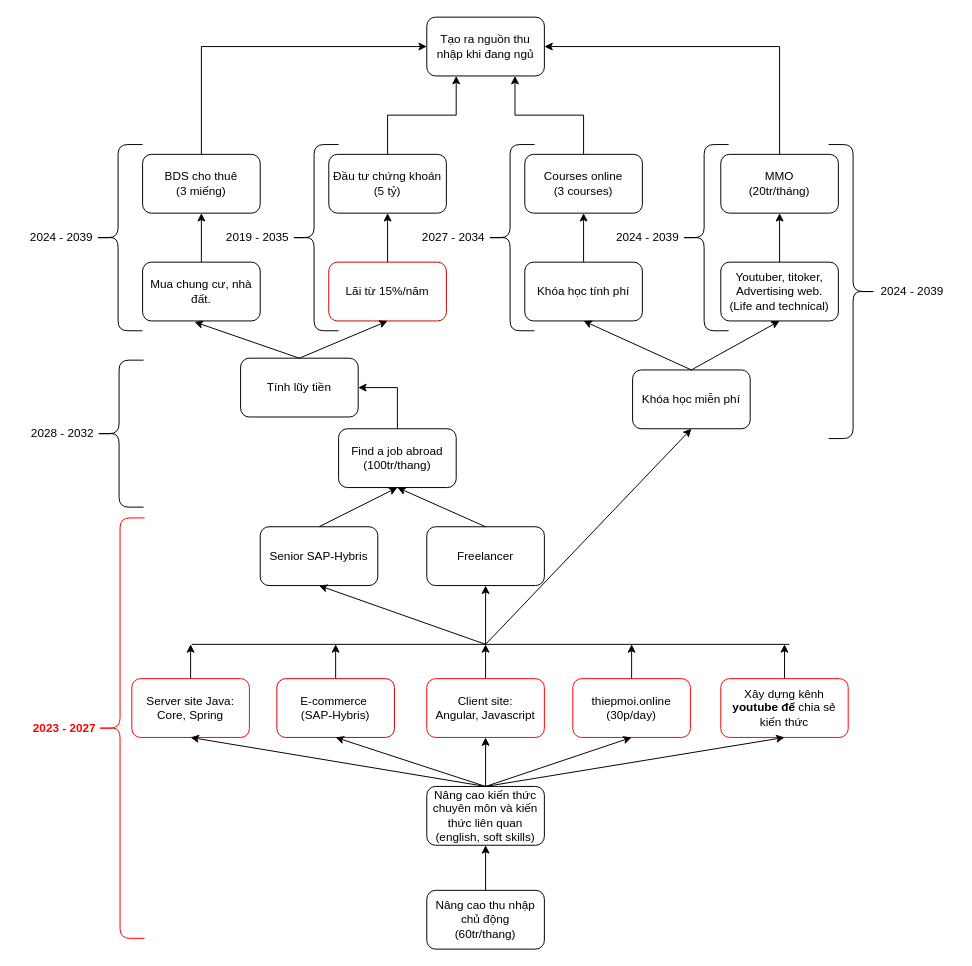
This is page "Page-3" (3 of 3) of FlowOfLife.drawio from pinestran/transferfiles, a draw.io file, before an edit. Source tidied: cells renumbered, new cells numbered last; positions are measured from the earlier drawing's top-left corner, leaving out a move shared by most shapes. Both pictures are drawn from the tidied source at 98%, with x=0, y=0 at pixel (17, 17).
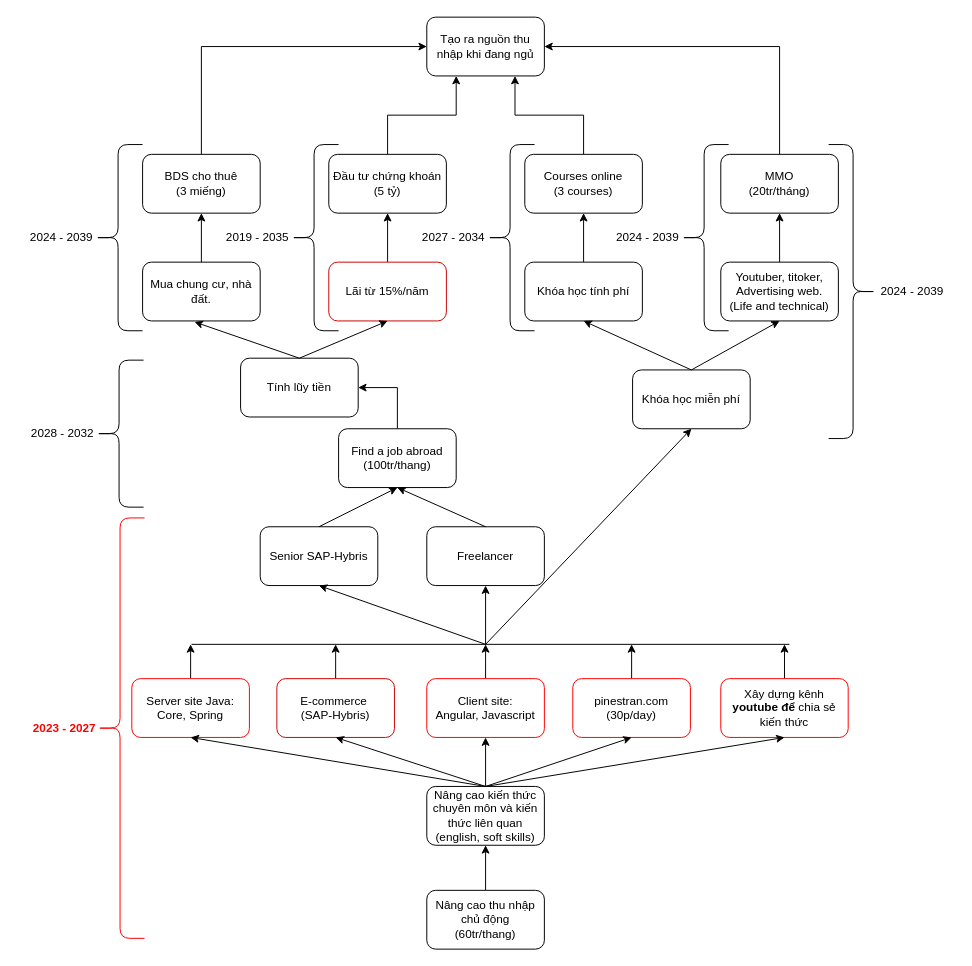
The same diagram, later.

The edit, as a diff of the source:
```diff
@@
-    <mxCell id="32" value="&lt;div&gt;thiepmoi.online&lt;/div&gt;&lt;div&gt;(30p/day)&lt;br&gt;&lt;/div&gt;" style="rounded=1;whiteSpace=wrap;html=1;strokeColor=#FF0000;" parent="1" vertex="1">
+    <mxCell id="32" value="&lt;div&gt;pinestran.com&lt;br&gt;&lt;/div&gt;&lt;div&gt;(30p/day)&lt;br&gt;&lt;/div&gt;" style="rounded=1;whiteSpace=wrap;html=1;strokeColor=#FF0000;" parent="1" vertex="1">
       <mxGeometry x="567" y="675" width="120" height="60" as="geometry" />
     </mxCell>
```
